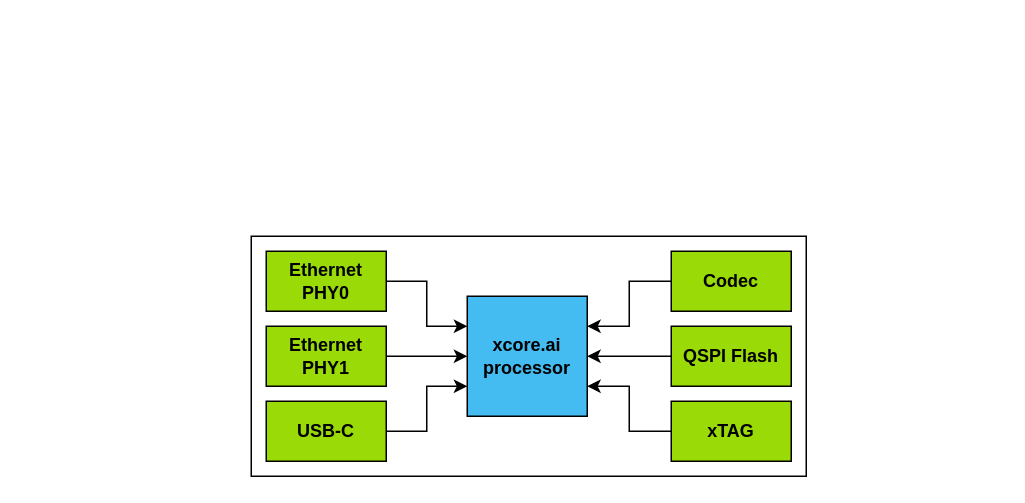
xmos/lib_board_support keeps this draw.io diagram as doc/images/xk_eth_316_dual_block_diagram.drawio. Above is the earlier version. Source tidied: cells renumbered, new cells numbered last; positions are measured from the earlier drawing's top-left corner, leaving out a move shared by most shapes. Both pictures are drawn from the tidied source at 150%, with x=0, y=0 at pixel (250, 236).
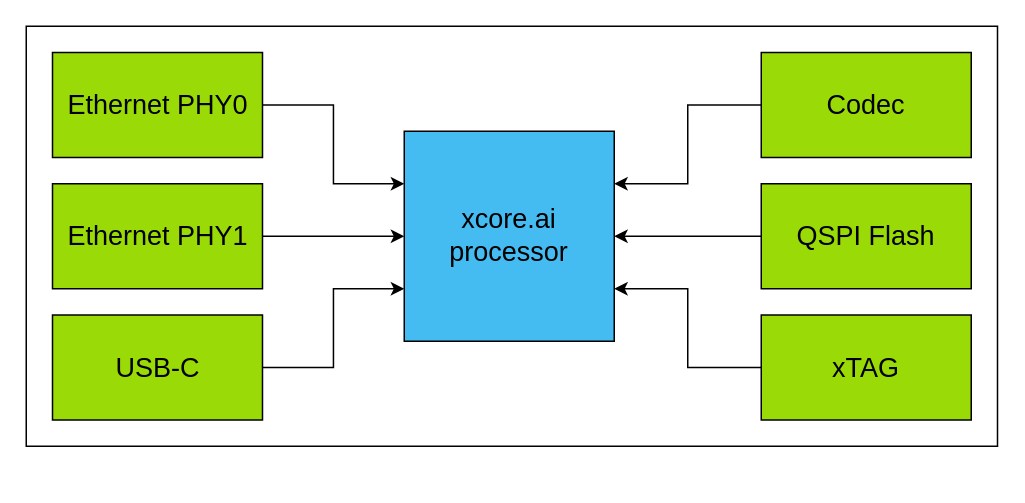
After the change.

Commit message (it also covers changes not shown here):
Adding correct images of dual ethernet board and fixing rendering of block diagram

What changed in the source:
```diff
@@
 <mxGraphModel>
   <root>
     <mxCell id="0" />
     <mxCell id="1" parent="0" />
-    <mxCell id="2" style="whiteSpace=wrap;html=1;" parent="1" vertex="1">
-      <mxGeometry width="370" height="160" as="geometry" />
+    <mxCell id="2" style="whiteSpace=wrap;html=1;fillColor=none;fillStyle=solid;" parent="1" vertex="1">
+      <mxGeometry x="-150" y="-140" width="647.5" height="280" as="geometry" />
     </mxCell>
-    <mxCell id="3" value="xcore.ai processor" style="whiteSpace=wrap;html=1;fillColor=light-dark(#44BBF1,#44BBF1);fontColor=light-dark(#000000,#000000);strokeColor=light-dark(#000000,#000000);fontStyle=1;" parent="1" vertex="1">
-      <mxGeometry x="144" y="40" width="80" height="80" as="geometry" />
+    <mxCell id="3" value="&lt;div&gt;xcore.ai&lt;/div&gt;&lt;div&gt;processor&lt;/div&gt;" style="whiteSpace=wrap;html=1;fillColor=light-dark(#44BBF1,#44BBF1);fontColor=light-dark(#000000,#000000);strokeColor=light-dark(#000000,#000000);fontStyle=0;fontSize=18;" parent="1" vertex="1">
+      <mxGeometry x="102" y="-70" width="140" height="140" as="geometry" />
     </mxCell>
     <mxCell id="4" style="edgeStyle=orthogonalEdgeStyle;rounded=0;jettySize=auto;html=1;entryX=0;entryY=0.5;entryDx=0;entryDy=0;" parent="1" edge="1" source="5" target="3">
       <mxGeometry relative="1" as="geometry" />
     </mxCell>
-    <mxCell id="5" value="Ethernet PHY1" style="whiteSpace=wrap;html=1;fillColor=light-dark(#99DA07,#99DA07);fontColor=light-dark(#000000,#000000);strokeColor=light-dark(#000000,#000000);fontStyle=1;" parent="1" vertex="1">
-      <mxGeometry x="10" y="60" width="80" height="40" as="geometry" />
+    <mxCell id="5" value="Ethernet PHY1" style="whiteSpace=wrap;html=1;fillColor=light-dark(#99DA07,#99DA07);fontColor=light-dark(#000000,#000000);strokeColor=light-dark(#000000,#000000);fontStyle=0;fontSize=18;" parent="1" vertex="1">
+      <mxGeometry x="-132.5" y="-35" width="140" height="70" as="geometry" />
     </mxCell>
     <mxCell id="6" style="edgeStyle=orthogonalEdgeStyle;rounded=0;jettySize=auto;html=1;entryX=0;entryY=0.25;entryDx=0;entryDy=0;" parent="1" edge="1" source="7" target="3">
       <mxGeometry relative="1" as="geometry" />
     </mxCell>
-    <mxCell id="7" value="Ethernet PHY0" style="whiteSpace=wrap;html=1;fillColor=light-dark(#99DA07,#99DA07);fontColor=light-dark(#000000,#000000);strokeColor=light-dark(#000000,#000000);fontStyle=1;" parent="1" vertex="1">
-      <mxGeometry x="10" y="10" width="80" height="40" as="geometry" />
+    <mxCell id="7" value="Ethernet PHY0" style="whiteSpace=wrap;html=1;fillColor=light-dark(#99DA07,#99DA07);fontColor=light-dark(#000000,#000000);strokeColor=light-dark(#000000,#000000);fontStyle=0;fontSize=18;" parent="1" vertex="1">
+      <mxGeometry x="-132.5" y="-122.5" width="140" height="70" as="geometry" />
     </mxCell>
     <mxCell id="8" style="edgeStyle=orthogonalEdgeStyle;rounded=0;jettySize=auto;html=1;entryX=0;entryY=0.75;entryDx=0;entryDy=0;" parent="1" edge="1" source="9" target="3">
       <mxGeometry relative="1" as="geometry" />
     </mxCell>
-    <mxCell id="9" value="USB-C" style="whiteSpace=wrap;html=1;fillColor=light-dark(#99DA07,#99DA07);fontColor=light-dark(#000000,#000000);strokeColor=light-dark(#000000,#000000);fontStyle=1;" parent="1" vertex="1">
-      <mxGeometry x="10" y="110" width="80" height="40" as="geometry" />
+    <mxCell id="9" value="USB-C" style="whiteSpace=wrap;html=1;fillColor=light-dark(#99DA07,#99DA07);fontColor=light-dark(#000000,#000000);strokeColor=light-dark(#000000,#000000);fontStyle=0;fontSize=18;" parent="1" vertex="1">
+      <mxGeometry x="-132.5" y="52.5" width="140" height="70" as="geometry" />
     </mxCell>
     <mxCell id="10" style="edgeStyle=orthogonalEdgeStyle;rounded=0;jettySize=auto;html=1;entryX=1;entryY=0.25;entryDx=0;entryDy=0;" parent="1" edge="1" source="11" target="3">
       <mxGeometry relative="1" as="geometry" />
     </mxCell>
-    <mxCell id="11" value="Codec" style="whiteSpace=wrap;html=1;fillColor=light-dark(#99DA07,#99DA07);fontColor=light-dark(#000000,#000000);strokeColor=light-dark(#000000,#000000);fontStyle=1;" parent="1" vertex="1">
-      <mxGeometry x="280" y="10" width="80" height="40" as="geometry" />
+    <mxCell id="11" value="Codec" style="whiteSpace=wrap;html=1;fillColor=light-dark(#99DA07,#99DA07);fontColor=light-dark(#000000,#000000);strokeColor=light-dark(#000000,#000000);fontStyle=0;fontSize=18;" parent="1" vertex="1">
+      <mxGeometry x="340" y="-122.5" width="140" height="70" as="geometry" />
     </mxCell>
     <mxCell id="12" style="edgeStyle=orthogonalEdgeStyle;rounded=0;jettySize=auto;html=1;entryX=1;entryY=0.75;entryDx=0;entryDy=0;" parent="1" edge="1" source="13" target="3">
       <mxGeometry relative="1" as="geometry" />
     </mxCell>
-    <mxCell id="13" value="xTAG" style="whiteSpace=wrap;html=1;fillColor=light-dark(#99DA07,#99DA07);fontColor=light-dark(#000000,#000000);strokeColor=light-dark(#000000,#000000);fontStyle=1;" parent="1" vertex="1">
-      <mxGeometry x="280" y="110" width="80" height="40" as="geometry" />
+    <mxCell id="13" value="xTAG" style="whiteSpace=wrap;html=1;fillColor=light-dark(#99DA07,#99DA07);fontColor=light-dark(#000000,#000000);strokeColor=light-dark(#000000,#000000);fontStyle=0;fontSize=18;" parent="1" vertex="1">
+      <mxGeometry x="340" y="52.5" width="140" height="70" as="geometry" />
     </mxCell>
     <mxCell id="14" style="edgeStyle=orthogonalEdgeStyle;rounded=0;jettySize=auto;html=1;" parent="1" edge="1" source="15" target="3">
       <mxGeometry relative="1" as="geometry" />
     </mxCell>
-    <mxCell id="15" value="QSPI Flash" style="whiteSpace=wrap;html=1;fillColor=light-dark(#99DA07,#99DA07);fontColor=light-dark(#000000,#000000);strokeColor=light-dark(#000000,#000000);fontStyle=1;" parent="1" vertex="1">
-      <mxGeometry x="280" y="60" width="80" height="40" as="geometry" />
+    <mxCell id="15" value="QSPI Flash" style="whiteSpace=wrap;html=1;fillColor=light-dark(#99DA07,#99DA07);fontColor=light-dark(#000000,#000000);strokeColor=light-dark(#000000,#000000);fontStyle=0;fontSize=18;" parent="1" vertex="1">
+      <mxGeometry x="340" y="-35" width="140" height="70" as="geometry" />
     </mxCell>
   </root>
 </mxGraphModel>
```
